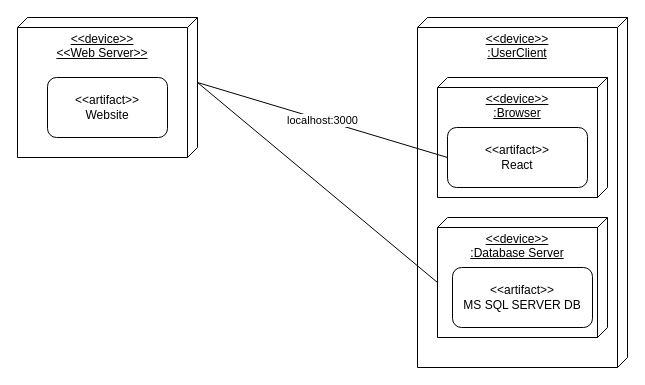
This is resources/assets/Диаграмма развёртывания.drawio from snglrtycrvtureofspce/AnimalTrackerApp, a draw.io file, before an edit. Source tidied: cells renumbered, new cells numbered last; positions are measured from the earlier drawing's top-left corner, leaving out a move shared by most shapes. Both pictures are drawn from the tidied source at 100%, with x=0, y=0 at pixel (17, 17).
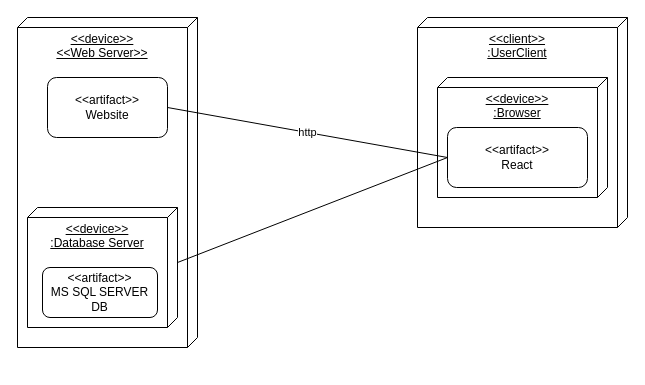
After the change.

What changed in the source:
```diff
@@
 <mxGraphModel>
   <root>
     <mxCell id="0" />
     <mxCell id="1" parent="0" />
     <mxCell id="2" value="&lt;div align=&quot;center&quot;&gt;&amp;lt;&amp;lt;device&amp;gt;&amp;gt;&lt;/div&gt;&lt;div align=&quot;center&quot;&gt;&amp;lt;&amp;lt;Web Server&amp;gt;&amp;gt;&lt;br&gt;&lt;/div&gt;" style="verticalAlign=top;align=center;spacingTop=8;spacingLeft=2;spacingRight=12;shape=cube;size=10;direction=south;fontStyle=4;html=1;whiteSpace=wrap;" parent="1" vertex="1">
-      <mxGeometry width="180" height="140" as="geometry" />
+      <mxGeometry width="180" height="330" as="geometry" />
     </mxCell>
-    <mxCell id="3" value="&lt;div align=&quot;center&quot;&gt;&amp;lt;&amp;lt;device&amp;gt;&amp;gt;&lt;/div&gt;&lt;div align=&quot;center&quot;&gt;:UserClient&lt;br&gt;&lt;/div&gt;" style="verticalAlign=top;align=center;spacingTop=8;spacingLeft=2;spacingRight=12;shape=cube;size=10;direction=south;fontStyle=4;html=1;whiteSpace=wrap;" parent="1" vertex="1">
-      <mxGeometry x="400" width="210" height="350" as="geometry" />
+    <mxCell id="3" value="&lt;div align=&quot;center&quot;&gt;&amp;lt;&amp;lt;client&amp;gt;&amp;gt;&lt;/div&gt;&lt;div align=&quot;center&quot;&gt;:UserClient&lt;br&gt;&lt;/div&gt;" style="verticalAlign=top;align=center;spacingTop=8;spacingLeft=2;spacingRight=12;shape=cube;size=10;direction=south;fontStyle=4;html=1;whiteSpace=wrap;" parent="1" vertex="1">
+      <mxGeometry x="400" width="210" height="210" as="geometry" />
     </mxCell>
     <mxCell id="4" value="&amp;lt;&amp;lt;artifact&amp;gt;&amp;gt;&lt;br&gt;Website" style="rounded=1;whiteSpace=wrap;html=1;" parent="1" vertex="1">
       <mxGeometry x="30" y="60" width="120" height="60" as="geometry" />
     </mxCell>
     <mxCell id="5" value="&lt;div align=&quot;center&quot;&gt;&amp;lt;&amp;lt;device&amp;gt;&amp;gt;&lt;/div&gt;&lt;div align=&quot;center&quot;&gt;:Browser&lt;br&gt;&lt;/div&gt;" style="verticalAlign=top;align=center;spacingTop=8;spacingLeft=2;spacingRight=12;shape=cube;size=10;direction=south;fontStyle=4;html=1;whiteSpace=wrap;" parent="1" vertex="1">
       <mxGeometry x="420" y="60" width="170" height="120" as="geometry" />
     </mxCell>
     <mxCell id="6" value="&lt;div&gt;&amp;lt;&amp;lt;artifact&amp;gt;&amp;gt;&lt;/div&gt;&lt;div&gt;React&lt;/div&gt;" style="rounded=1;whiteSpace=wrap;html=1;" parent="1" vertex="1">
       <mxGeometry x="430" y="110" width="140" height="60" as="geometry" />
     </mxCell>
     <mxCell id="7" value="&lt;div align=&quot;center&quot;&gt;&amp;lt;&amp;lt;device&amp;gt;&amp;gt;&lt;/div&gt;&lt;div align=&quot;center&quot;&gt;:Database Server&lt;br&gt;&lt;/div&gt;" style="verticalAlign=top;align=center;spacingTop=8;spacingLeft=2;spacingRight=12;shape=cube;size=10;direction=south;fontStyle=4;html=1;whiteSpace=wrap;" parent="1" vertex="1">
-      <mxGeometry x="420" y="200" width="170" height="120" as="geometry" />
+      <mxGeometry x="10" y="190" width="150" height="120" as="geometry" />
     </mxCell>
     <mxCell id="8" value="&lt;div&gt;&amp;lt;&amp;lt;artifact&amp;gt;&amp;gt;&lt;/div&gt;&lt;div&gt;MS SQL SERVER DB&lt;br&gt;&lt;/div&gt;" style="rounded=1;whiteSpace=wrap;html=1;" parent="1" vertex="1">
-      <mxGeometry x="435" y="250" width="140" height="60" as="geometry" />
+      <mxGeometry x="25" y="250" width="115" height="50" as="geometry" />
     </mxCell>
-    <mxCell id="9" style="endArrow=none;html=1;rounded=0;entryX=0;entryY=0;entryDx=65;entryDy=170;entryPerimeter=0;exitX=0;exitY=0;exitDx=65;exitDy=0;exitPerimeter=0;" parent="1" edge="1" source="2" target="7">
+    <mxCell id="9" style="endArrow=none;html=1;rounded=0;entryX=0;entryY=0;entryDx=55;entryDy=0;entryPerimeter=0;exitX=0;exitY=0.5;exitDx=0;exitDy=0;" parent="1" edge="1" source="6" target="7">
       <mxGeometry relative="1" as="geometry" />
     </mxCell>
-    <mxCell id="10" value="localhost:3000" style="endArrow=none;html=1;rounded=0;entryX=0;entryY=0.5;entryDx=0;entryDy=0;exitX=0;exitY=0;exitDx=65;exitDy=0;exitPerimeter=0;" parent="1" edge="1" source="2" target="6">
+    <mxCell id="10" value="http" style="endArrow=none;html=1;rounded=0;entryX=0;entryY=0.5;entryDx=0;entryDy=0;exitX=1;exitY=0.5;exitDx=0;exitDy=0;" parent="1" edge="1" source="4" target="6">
       <mxGeometry relative="1" as="geometry" />
     </mxCell>
   </root>
 </mxGraphModel>
```
